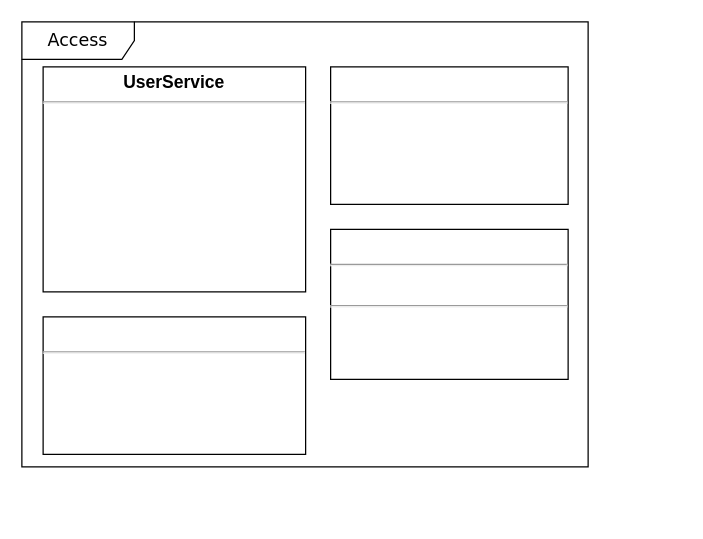
This is IOTManage/class-acs.drawio from waterwatermelon/graph, a draw.io file, before an edit. Source tidied: cells renumbered, new cells numbered last; positions are measured from the earlier drawing's top-left corner, leaving out a move shared by most shapes. Both pictures are drawn from the tidied source at 125%, with x=0, y=0 at pixel (21, 21).
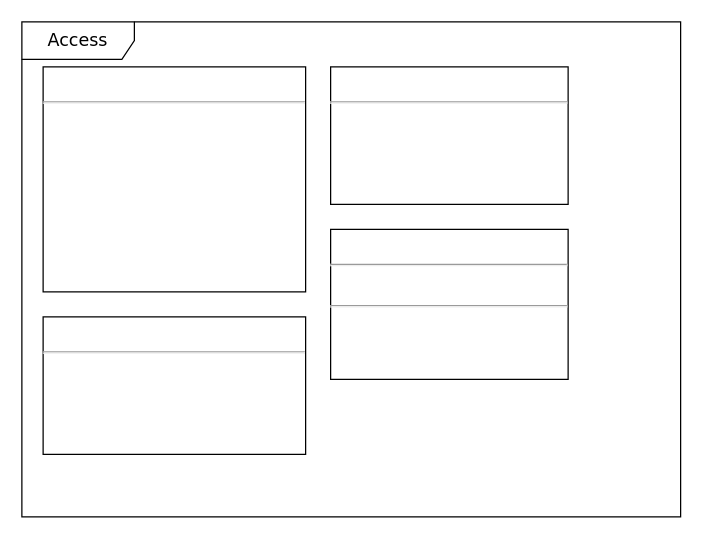
The same page after the edit.

Diff of the diagram source:
```diff
@@
 <mxGraphModel>
   <root>
     <mxCell id="0" />
     <mxCell id="1" parent="0" />
     <mxCell id="2" value="Access" style="shape=umlFrame;whiteSpace=wrap;html=1;rounded=0;shadow=0;comic=0;labelBackgroundColor=none;strokeColor=#000000;strokeWidth=1;fillColor=#ffffff;fontFamily=Verdana;fontSize=14;fontColor=#000000;align=center;width=90;height=30;" parent="1" vertex="1">
-      <mxGeometry width="453" height="356" as="geometry" />
+      <mxGeometry width="527" height="396" as="geometry" />
     </mxCell>
-    <mxCell id="3" value="&lt;p style=&quot;margin: 4px 0px 0px ; text-align: center ; font-size: 14px&quot;&gt;&lt;b&gt;UserService&lt;/b&gt;&lt;/p&gt;&lt;hr style=&quot;font-size: 14px&quot;&gt;&lt;p style=&quot;margin: 0px 0px 0px 4px ; font-size: 14px&quot;&gt;&lt;br&gt;&lt;/p&gt;" style="verticalAlign=top;align=left;overflow=fill;fontSize=14;fontFamily=Helvetica;html=1;" parent="1" vertex="1">
+    <mxCell id="3" value="&lt;p style=&quot;margin: 4px 0px 0px ; text-align: center ; font-size: 14px&quot;&gt;&lt;b&gt;&amp;nbsp;&amp;nbsp;&lt;/b&gt;&lt;/p&gt;&lt;hr style=&quot;font-size: 14px&quot;&gt;&lt;p style=&quot;margin: 0px 0px 0px 4px ; font-size: 14px&quot;&gt;&lt;br&gt;&lt;/p&gt;" style="verticalAlign=top;align=left;overflow=fill;fontSize=14;fontFamily=Helvetica;html=1;" parent="1" vertex="1">
       <mxGeometry x="17" y="36" width="210" height="180" as="geometry" />
     </mxCell>
     <mxCell id="4" value="&lt;p style=&quot;margin: 4px 0px 0px ; text-align: center ; font-size: 14px&quot;&gt;&lt;br&gt;&lt;/p&gt;&lt;hr style=&quot;font-size: 14px&quot;&gt;&lt;p style=&quot;margin: 0px 0px 0px 4px ; font-size: 14px&quot;&gt;&lt;br&gt;&lt;/p&gt;" style="verticalAlign=top;align=left;overflow=fill;fontSize=14;fontFamily=Helvetica;html=1;" parent="1" vertex="1">
       <mxGeometry x="247" y="36" width="190" height="110" as="geometry" />
     </mxCell>
     <mxCell id="5" value="&lt;p style=&quot;margin: 4px 0px 0px ; text-align: center ; font-size: 14px&quot;&gt;&lt;br&gt;&lt;/p&gt;&lt;hr style=&quot;font-size: 14px&quot;&gt;&lt;p style=&quot;margin: 0px 0px 0px 4px ; font-size: 14px&quot;&gt;&lt;br&gt;&lt;/p&gt;" style="verticalAlign=top;align=left;overflow=fill;fontSize=14;fontFamily=Helvetica;html=1;" parent="1" vertex="1">
       <mxGeometry x="17" y="236" width="210" height="110" as="geometry" />
     </mxCell>
     <mxCell id="6" value="&lt;p style=&quot;margin: 4px 0px 0px ; text-align: center ; font-size: 14px&quot;&gt;&lt;br&gt;&lt;/p&gt;&lt;hr style=&quot;font-size: 14px&quot;&gt;&lt;p style=&quot;margin: 0px 0px 0px 4px ; font-size: 14px&quot;&gt;&lt;br&gt;&lt;/p&gt;&lt;hr style=&quot;font-size: 14px&quot;&gt;&lt;p style=&quot;margin: 0px 0px 0px 4px ; font-size: 14px&quot;&gt;&lt;br&gt;&lt;/p&gt;" style="verticalAlign=top;align=left;overflow=fill;fontSize=14;fontFamily=Helvetica;html=1;" parent="1" vertex="1">
       <mxGeometry x="247" y="166" width="190" height="120" as="geometry" />
     </mxCell>
   </root>
 </mxGraphModel>
```
